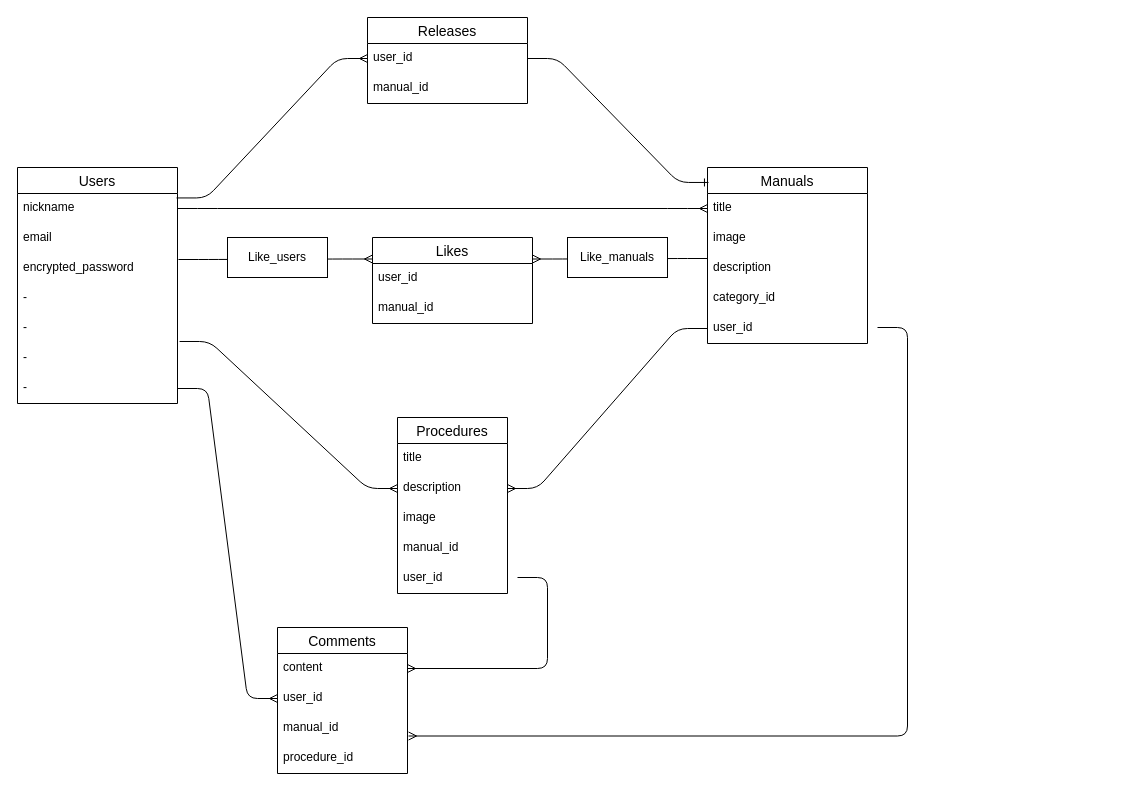
Earlier version of the draw.io diagram table.dio (CatAisa/manual-app). Source tidied: cells renumbered, new cells numbered last; positions are measured from the earlier drawing's top-left corner, leaving out a move shared by most shapes. Both pictures are drawn from the tidied source at 100%, with x=0, y=0 at pixel (17, 17).
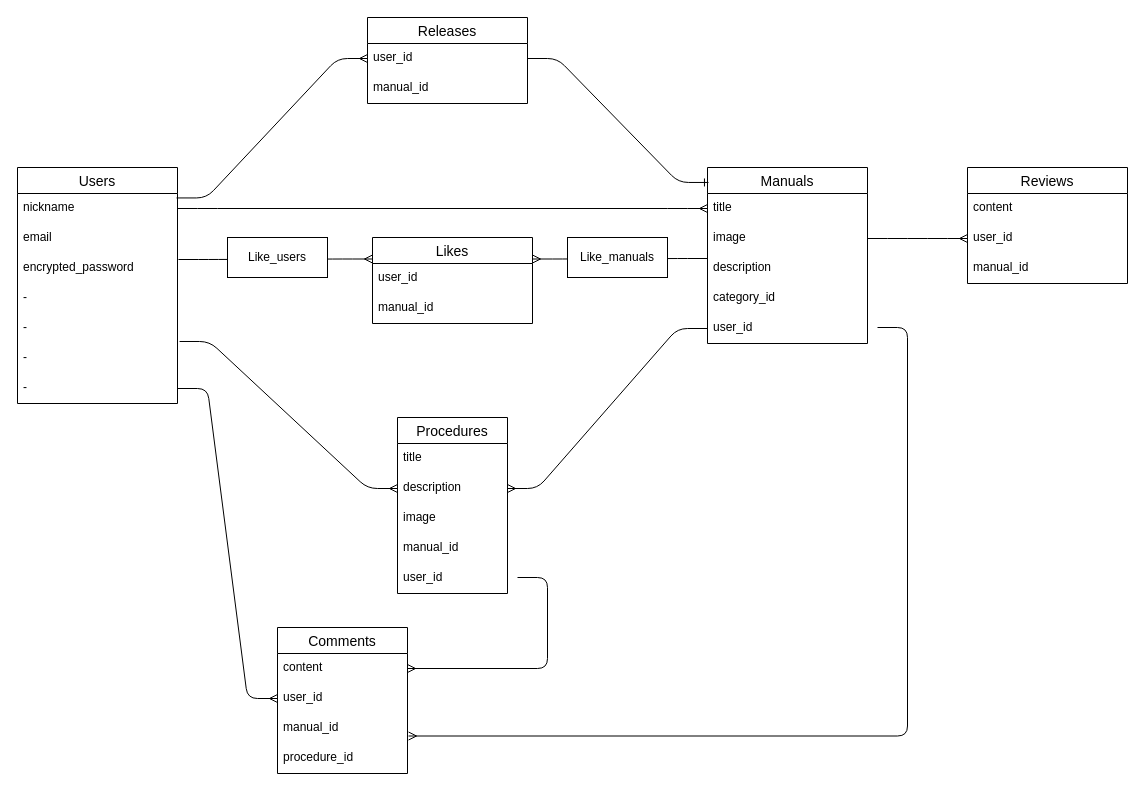
The same diagram, later.

Commit message (it also covers changes not shown here):
データベース設計

Unchanged cells that the change refers to:
```xml
<mxCell id="12" value="image" style="text;strokeColor=none;fillColor=none;spacingLeft=4;spacingRight=4;overflow=hidden;points=[[0,0.5],[1,0.5]];portConstraint=eastwest;fontSize=12;" parent="10" vertex="1">
  <mxGeometry y="56" width="160" height="30" as="geometry" />
</mxCell>
```

Change to the diagram source:
```diff
@@
+    <mxCell id="45" value="Reviews" style="swimlane;fontStyle=0;horizontal=1;startSize=26;align=center;fontSize=14;" parent="1" vertex="1">
+      <mxGeometry x="950" y="150" width="160" height="116" as="geometry" />
+    </mxCell>
+    <mxCell id="46" value="content" style="text;strokeColor=none;fillColor=none;spacingLeft=4;spacingRight=4;overflow=hidden;fontSize=12;" parent="45" vertex="1">
+      <mxGeometry y="26" width="160" height="30" as="geometry" />
+    </mxCell>
+    <mxCell id="47" value="user_id" style="text;strokeColor=none;fillColor=none;spacingLeft=4;spacingRight=4;overflow=hidden;points=[[0,0.5],[1,0.5]];portConstraint=eastwest;fontSize=12;" parent="45" vertex="1">
+      <mxGeometry y="56" width="160" height="30" as="geometry" />
+    </mxCell>
+    <mxCell id="48" value="manual_id" style="text;strokeColor=none;fillColor=none;spacingLeft=4;spacingRight=4;overflow=hidden;fontSize=12;" parent="45" vertex="1">
+      <mxGeometry y="86" width="160" height="30" as="geometry" />
+    </mxCell>
+    <mxCell id="49" style="edgeStyle=entityRelationEdgeStyle;fontSize=12;html=1;endArrow=ERmany;entryX=0;entryY=0.5;entryDx=0;entryDy=0;exitX=1;exitY=0.5;exitDx=0;exitDy=0;" parent="1" edge="1" source="12" target="47">
+      <mxGeometry relative="1" as="geometry" />
+    </mxCell>
```
